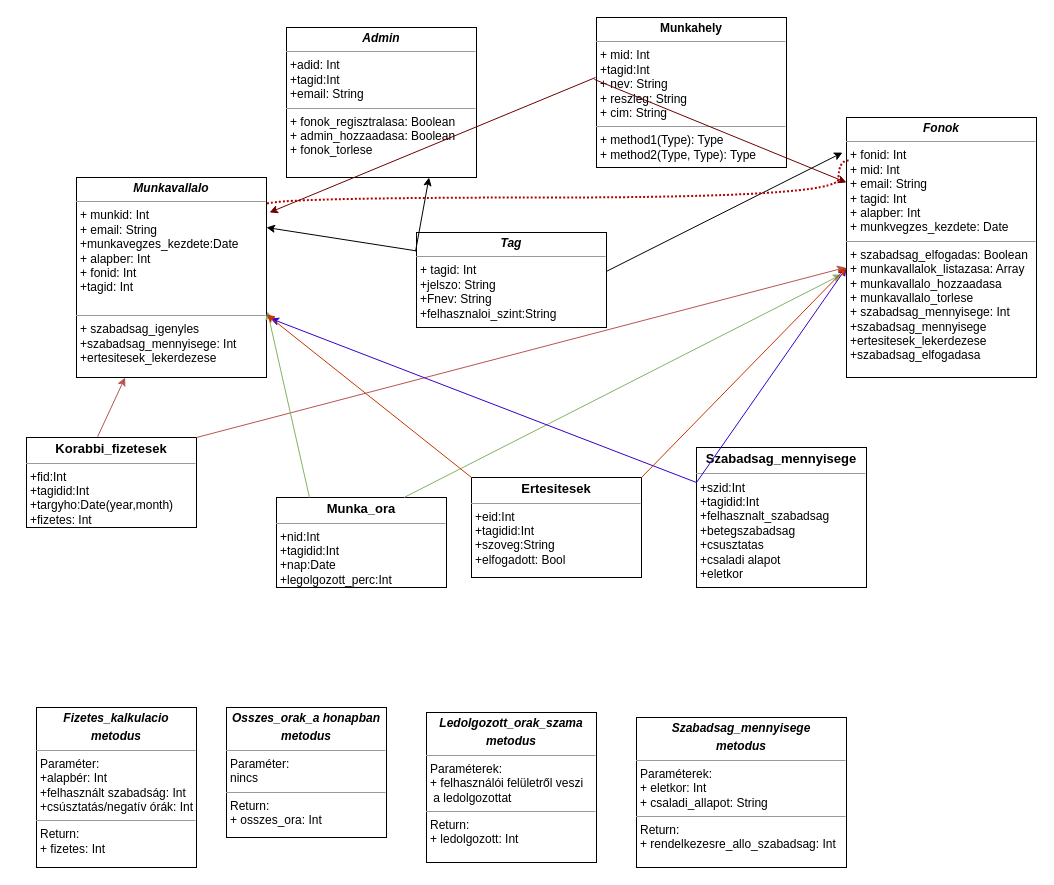
Above: flowCharts/DB.drawio.xml in JuditFerenczik/vizsgaRemekWeb (draw.io), before the change. Source tidied: cells renumbered, new cells numbered last; positions are measured from the earlier drawing's top-left corner, leaving out a move shared by most shapes. Both pictures are drawn from the tidied source at 100%, with x=0, y=0 at pixel (26, 17).
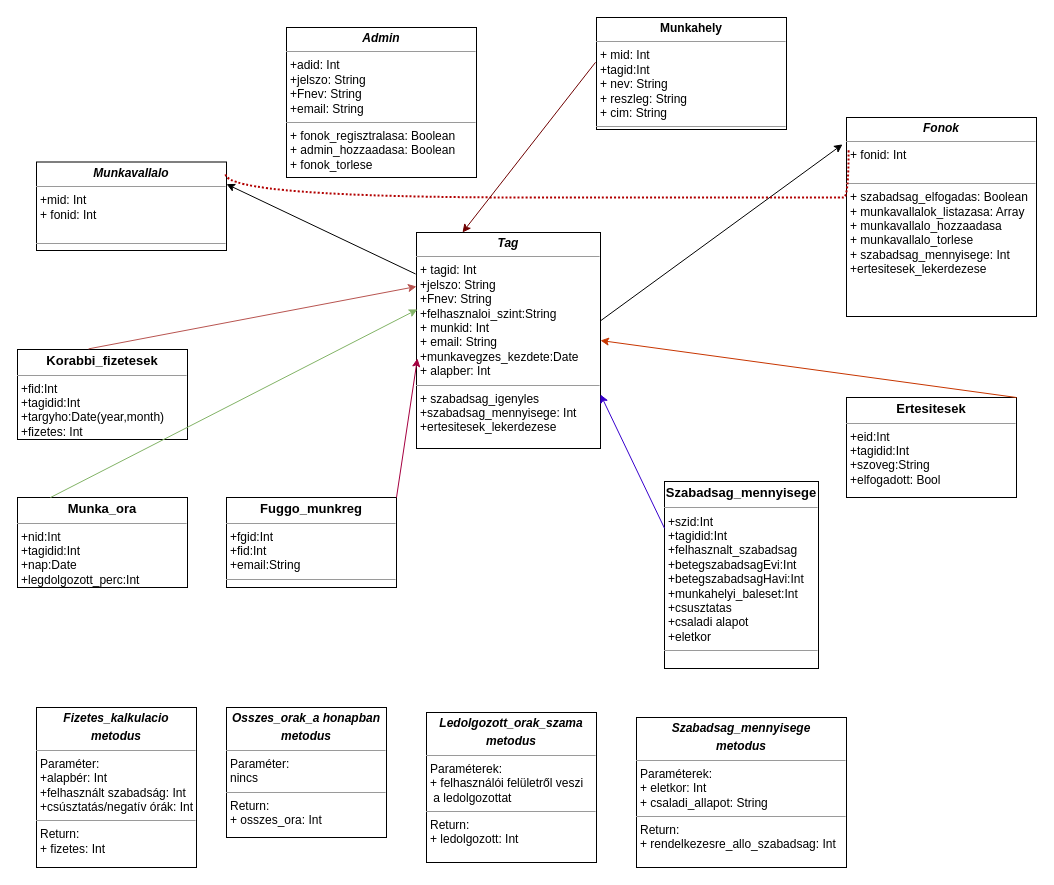
After the change.

What changed in the source:
```diff
@@
-    <mxCell id="3" value="&lt;p style=&quot;margin: 0px ; margin-top: 4px ; text-align: center&quot;&gt;&lt;b&gt;Munkahely&lt;/b&gt;&lt;/p&gt;&lt;hr size=&quot;1&quot;&gt;&lt;p style=&quot;margin: 0px ; margin-left: 4px&quot;&gt;+ mid: Int&lt;/p&gt;&lt;p style=&quot;margin: 0px ; margin-left: 4px&quot;&gt;+tagid:Int&lt;/p&gt;&lt;p style=&quot;margin: 0px ; margin-left: 4px&quot;&gt;+ nev: String&lt;/p&gt;&lt;p style=&quot;margin: 0px ; margin-left: 4px&quot;&gt;+ reszleg: String&lt;/p&gt;&lt;p style=&quot;margin: 0px ; margin-left: 4px&quot;&gt;+ cim: String&lt;/p&gt;&lt;hr size=&quot;1&quot;&gt;&lt;p style=&quot;margin: 0px ; margin-left: 4px&quot;&gt;+ method1(Type): Type&lt;br&gt;+ method2(Type, Type): Type&lt;/p&gt;" style="verticalAlign=top;align=left;overflow=fill;fontSize=12;fontFamily=Helvetica;html=1;rounded=0;shadow=0;comic=0;labelBackgroundColor=none;strokeWidth=1;" parent="1" vertex="1">
-      <mxGeometry x="570" width="190" height="150" as="geometry" />
+    <mxCell id="3" value="&lt;p style=&quot;margin: 0px ; margin-top: 4px ; text-align: center&quot;&gt;&lt;b&gt;Munkahely&lt;/b&gt;&lt;/p&gt;&lt;hr size=&quot;1&quot;&gt;&lt;p style=&quot;margin: 0px ; margin-left: 4px&quot;&gt;+ mid: Int&lt;/p&gt;&lt;p style=&quot;margin: 0px ; margin-left: 4px&quot;&gt;+tagid:Int&lt;/p&gt;&lt;p style=&quot;margin: 0px ; margin-left: 4px&quot;&gt;+ nev: String&lt;/p&gt;&lt;p style=&quot;margin: 0px ; margin-left: 4px&quot;&gt;+ reszleg: String&lt;/p&gt;&lt;p style=&quot;margin: 0px ; margin-left: 4px&quot;&gt;+ cim: String&lt;/p&gt;&lt;hr size=&quot;1&quot;&gt;&lt;p style=&quot;margin: 0px ; margin-left: 4px&quot;&gt;&lt;br&gt;&lt;/p&gt;" style="verticalAlign=top;align=left;overflow=fill;fontSize=12;fontFamily=Helvetica;html=1;rounded=0;shadow=0;comic=0;labelBackgroundColor=none;strokeWidth=1;" parent="1" vertex="1">
+      <mxGeometry x="570" width="190" height="112" as="geometry" />
     </mxCell>
-    <mxCell id="4" value="&lt;p style=&quot;margin: 0px ; margin-top: 4px ; text-align: center&quot;&gt;&lt;i&gt;&lt;b&gt;Fonok&lt;/b&gt;&lt;/i&gt;&lt;br&gt;&lt;/p&gt;&lt;hr size=&quot;1&quot;&gt;&lt;p style=&quot;margin: 0px ; margin-left: 4px&quot;&gt;+ fonid: Int&lt;/p&gt;&lt;p style=&quot;margin: 0px ; margin-left: 4px&quot;&gt;+ mid: Int&lt;br&gt;&lt;/p&gt;&lt;p style=&quot;margin: 0px ; margin-left: 4px&quot;&gt;+ email: String&lt;/p&gt;&lt;p style=&quot;margin: 0px ; margin-left: 4px&quot;&gt;+ tagid: Int&lt;/p&gt;&lt;p style=&quot;margin: 0px ; margin-left: 4px&quot;&gt;+ alapber: Int&lt;/p&gt;&lt;p style=&quot;margin: 0px ; margin-left: 4px&quot;&gt;+ munkvegzes_kezdete: Date&lt;/p&gt;&lt;hr size=&quot;1&quot;&gt;&lt;p style=&quot;margin: 0px ; margin-left: 4px&quot;&gt;+ szabadsag_elfogadas: Boolean&lt;/p&gt;&lt;p style=&quot;margin: 0px ; margin-left: 4px&quot;&gt;+ munkavallalok_listazasa: Array&lt;/p&gt;&lt;p style=&quot;margin: 0px ; margin-left: 4px&quot;&gt;+ munkavallalo_hozzaadasa&lt;/p&gt;&lt;p style=&quot;margin: 0px ; margin-left: 4px&quot;&gt;+ munkavallalo_torlese&lt;/p&gt;&lt;p style=&quot;margin: 0px ; margin-left: 4px&quot;&gt;+ szabadsag_mennyisege: Int&lt;/p&gt;&lt;p style=&quot;margin: 0px ; margin-left: 4px&quot;&gt;+szabadsag_mennyisege&lt;/p&gt;&lt;p style=&quot;margin: 0px ; margin-left: 4px&quot;&gt;+ertesitesek_lekerdezese&lt;/p&gt;&lt;p style=&quot;margin: 0px ; margin-left: 4px&quot;&gt;+szabadsag_elfogadasa&lt;/p&gt;" style="verticalAlign=top;align=left;overflow=fill;fontSize=12;fontFamily=Helvetica;html=1;rounded=0;shadow=0;comic=0;labelBackgroundColor=none;strokeWidth=1;" parent="1" vertex="1">
-      <mxGeometry x="820" y="100" width="190" height="260" as="geometry" />
+    <mxCell id="4" value="&lt;p style=&quot;margin: 0px ; margin-top: 4px ; text-align: center&quot;&gt;&lt;i&gt;&lt;b&gt;Fonok&lt;/b&gt;&lt;/i&gt;&lt;br&gt;&lt;/p&gt;&lt;hr size=&quot;1&quot;&gt;&lt;p style=&quot;margin: 0px ; margin-left: 4px&quot;&gt;+ fonid: Int&lt;/p&gt;&lt;p style=&quot;margin: 0px ; margin-left: 4px&quot;&gt;&lt;br&gt;&lt;/p&gt;&lt;hr size=&quot;1&quot;&gt;&lt;p style=&quot;margin: 0px ; margin-left: 4px&quot;&gt;+ szabadsag_elfogadas: Boolean&lt;/p&gt;&lt;p style=&quot;margin: 0px ; margin-left: 4px&quot;&gt;+ munkavallalok_listazasa: Array&lt;/p&gt;&lt;p style=&quot;margin: 0px ; margin-left: 4px&quot;&gt;+ munkavallalo_hozzaadasa&lt;/p&gt;&lt;p style=&quot;margin: 0px ; margin-left: 4px&quot;&gt;+ munkavallalo_torlese&lt;/p&gt;&lt;p style=&quot;margin: 0px ; margin-left: 4px&quot;&gt;+ szabadsag_mennyisege: Int&lt;/p&gt;&lt;p style=&quot;margin: 0px ; margin-left: 4px&quot;&gt;+ertesitesek_lekerdezese&lt;/p&gt;&lt;p style=&quot;margin: 0px ; margin-left: 4px&quot;&gt;&lt;br&gt;&lt;/p&gt;" style="verticalAlign=top;align=left;overflow=fill;fontSize=12;fontFamily=Helvetica;html=1;rounded=0;shadow=0;comic=0;labelBackgroundColor=none;strokeWidth=1;" parent="1" vertex="1">
+      <mxGeometry x="820" y="100" width="190" height="199" as="geometry" />
     </mxCell>
-    <mxCell id="5" value="&lt;p style=&quot;margin: 0px ; margin-top: 4px ; text-align: center&quot;&gt;&lt;b&gt;&lt;i&gt;Tag&lt;/i&gt;&lt;/b&gt;&lt;/p&gt;&lt;hr size=&quot;1&quot;&gt;&lt;p style=&quot;margin: 0px ; margin-left: 4px&quot;&gt;+ tagid: Int&lt;br&gt;&lt;/p&gt;&lt;p style=&quot;margin: 0px ; margin-left: 4px&quot;&gt;+jelszo: String&lt;/p&gt;&lt;p style=&quot;margin: 0px ; margin-left: 4px&quot;&gt;+Fnev: String&lt;/p&gt;&lt;p style=&quot;margin: 0px ; margin-left: 4px&quot;&gt;+felhasznaloi_szint:String&lt;/p&gt;&lt;hr size=&quot;1&quot;&gt;&lt;p style=&quot;margin: 0px ; margin-left: 4px&quot;&gt;&lt;br&gt;&lt;/p&gt;" style="verticalAlign=top;align=left;overflow=fill;fontSize=12;fontFamily=Helvetica;html=1;rounded=0;shadow=0;comic=0;labelBackgroundColor=none;strokeWidth=1;" parent="1" vertex="1">
-      <mxGeometry x="390" y="215" width="190" height="95" as="geometry" />
+    <mxCell id="5" value="&lt;p style=&quot;margin: 0px ; margin-top: 4px ; text-align: center&quot;&gt;&lt;b&gt;&lt;i&gt;Tag&lt;/i&gt;&lt;/b&gt;&lt;/p&gt;&lt;hr size=&quot;1&quot;&gt;&lt;p style=&quot;margin: 0px ; margin-left: 4px&quot;&gt;+ tagid: Int&lt;br&gt;&lt;/p&gt;&lt;p style=&quot;margin: 0px ; margin-left: 4px&quot;&gt;+jelszo: String&lt;/p&gt;&lt;p style=&quot;margin: 0px ; margin-left: 4px&quot;&gt;+Fnev: String&lt;/p&gt;&lt;p style=&quot;margin: 0px ; margin-left: 4px&quot;&gt;+felhasznaloi_szint:String&lt;/p&gt;&lt;p style=&quot;margin: 0px 0px 0px 4px&quot;&gt;+ munkid: Int&lt;br&gt;&lt;/p&gt;&lt;p style=&quot;margin: 0px 0px 0px 4px&quot;&gt;+ email: String&lt;/p&gt;&lt;p style=&quot;margin: 0px 0px 0px 4px&quot;&gt;+munkavegzes_kezdete:Date&lt;/p&gt;&lt;p style=&quot;margin: 0px 0px 0px 4px&quot;&gt;+ alapber: Int&lt;/p&gt;&lt;hr size=&quot;1&quot;&gt;&lt;p style=&quot;margin: 0px 0px 0px 4px&quot;&gt;+ szabadsag_igenyles&lt;/p&gt;&lt;p style=&quot;margin: 0px 0px 0px 4px&quot;&gt;+szabadsag_mennyisege: Int&lt;/p&gt;&lt;p style=&quot;margin: 0px 0px 0px 4px&quot;&gt;+ertesitesek_lekerdezese&lt;br&gt;&lt;/p&gt;" style="verticalAlign=top;align=left;overflow=fill;fontSize=12;fontFamily=Helvetica;html=1;rounded=0;shadow=0;comic=0;labelBackgroundColor=none;strokeWidth=1;" parent="1" vertex="1">
+      <mxGeometry x="390" y="215" width="184" height="216" as="geometry" />
     </mxCell>
-    <mxCell id="6" value="&lt;p style=&quot;margin: 0px ; margin-top: 4px ; text-align: center&quot;&gt;&lt;i&gt;&lt;b&gt;Admin&lt;/b&gt;&lt;/i&gt;&lt;br&gt;&lt;/p&gt;&lt;hr size=&quot;1&quot;&gt;&lt;p style=&quot;margin: 0px ; margin-left: 4px&quot;&gt;+adid: Int&lt;br&gt;&lt;/p&gt;&lt;p style=&quot;margin: 0px ; margin-left: 4px&quot;&gt;+tagid:Int&lt;/p&gt;&lt;p style=&quot;margin: 0px ; margin-left: 4px&quot;&gt;+email: String&lt;/p&gt;&lt;hr size=&quot;1&quot;&gt;&lt;p style=&quot;margin: 0px ; margin-left: 4px&quot;&gt;+ fonok_regisztralasa: Boolean&lt;br&gt;+ admin_hozzaadasa: Boolean&lt;/p&gt;&lt;p style=&quot;margin: 0px ; margin-left: 4px&quot;&gt;+ fonok_torlese&lt;/p&gt;" style="verticalAlign=top;align=left;overflow=fill;fontSize=12;fontFamily=Helvetica;html=1;rounded=0;shadow=0;comic=0;labelBackgroundColor=none;strokeWidth=1;" parent="1" vertex="1">
+    <mxCell id="6" value="&lt;p style=&quot;margin: 0px ; margin-top: 4px ; text-align: center&quot;&gt;&lt;i&gt;&lt;b&gt;Admin&lt;/b&gt;&lt;/i&gt;&lt;br&gt;&lt;/p&gt;&lt;hr size=&quot;1&quot;&gt;&lt;p style=&quot;margin: 0px ; margin-left: 4px&quot;&gt;+adid: Int&lt;br&gt;&lt;/p&gt;&lt;p style=&quot;margin: 0px 0px 0px 4px&quot;&gt;+jelszo: String&lt;/p&gt;&lt;p style=&quot;margin: 0px 0px 0px 4px&quot;&gt;+Fnev: String&lt;/p&gt;&lt;p style=&quot;margin: 0px ; margin-left: 4px&quot;&gt;+email: String&lt;/p&gt;&lt;hr size=&quot;1&quot;&gt;&lt;p style=&quot;margin: 0px ; margin-left: 4px&quot;&gt;+ fonok_regisztralasa: Boolean&lt;br&gt;+ admin_hozzaadasa: Boolean&lt;/p&gt;&lt;p style=&quot;margin: 0px ; margin-left: 4px&quot;&gt;+ fonok_torlese&lt;/p&gt;" style="verticalAlign=top;align=left;overflow=fill;fontSize=12;fontFamily=Helvetica;html=1;rounded=0;shadow=0;comic=0;labelBackgroundColor=none;strokeWidth=1;" parent="1" vertex="1">
       <mxGeometry x="260" y="10" width="190" height="150" as="geometry" />
     </mxCell>
@@
-    <mxCell id="8" style="endArrow=classic;html=1;rounded=0;exitX=-0.005;exitY=0.198;exitDx=0;exitDy=0;entryX=0.75;entryY=1;entryDx=0;entryDy=0;exitPerimeter=0;" parent="1" edge="1" source="5" target="6">
-      <mxGeometry relative="1" as="geometry" />
-    </mxCell>
@@
-    <mxCell id="10" value="&lt;p style=&quot;margin: 0px ; margin-top: 4px ; text-align: center&quot;&gt;&lt;i&gt;&lt;b&gt;Munkavallalo&lt;/b&gt;&lt;/i&gt;&lt;br&gt;&lt;/p&gt;&lt;hr size=&quot;1&quot;&gt;&lt;p style=&quot;margin: 0px 0px 0px 4px&quot;&gt;+ munkid: Int&lt;br&gt;&lt;/p&gt;&lt;p style=&quot;margin: 0px 0px 0px 4px&quot;&gt;+ email: String&lt;/p&gt;&lt;p style=&quot;margin: 0px 0px 0px 4px&quot;&gt;+munkavegzes_kezdete:Date&lt;/p&gt;&lt;p style=&quot;margin: 0px 0px 0px 4px&quot;&gt;+ alapber: Int&lt;/p&gt;&lt;p style=&quot;margin: 0px 0px 0px 4px&quot;&gt;+ fonid: Int&lt;/p&gt;&lt;p style=&quot;margin: 0px 0px 0px 4px&quot;&gt;+tagid: Int&lt;/p&gt;&lt;p style=&quot;margin: 0px 0px 0px 4px&quot;&gt;&lt;br&gt;&lt;/p&gt;&lt;hr size=&quot;1&quot;&gt;&lt;p style=&quot;margin: 0px ; margin-left: 4px&quot;&gt;+ szabadsag_igenyles&lt;/p&gt;&lt;p style=&quot;margin: 0px ; margin-left: 4px&quot;&gt;+szabadsag_mennyisege: Int&lt;/p&gt;&lt;p style=&quot;margin: 0px ; margin-left: 4px&quot;&gt;+ertesitesek_lekerdezese&lt;br&gt;&lt;br&gt;&lt;/p&gt;" style="verticalAlign=top;align=left;overflow=fill;fontSize=12;fontFamily=Helvetica;html=1;rounded=0;shadow=0;comic=0;labelBackgroundColor=none;strokeWidth=1;" parent="1" vertex="1">
-      <mxGeometry x="50" y="160" width="190" height="200" as="geometry" />
+    <mxCell id="10" value="&lt;p style=&quot;margin: 0px ; margin-top: 4px ; text-align: center&quot;&gt;&lt;i&gt;&lt;b&gt;Munkavallalo&lt;/b&gt;&lt;/i&gt;&lt;br&gt;&lt;/p&gt;&lt;hr size=&quot;1&quot;&gt;&lt;p style=&quot;margin: 0px 0px 0px 4px&quot;&gt;+mid: Int&lt;/p&gt;&lt;p style=&quot;margin: 0px 0px 0px 4px&quot;&gt;+ fonid: Int&lt;/p&gt;&lt;p style=&quot;margin: 0px 0px 0px 4px&quot;&gt;&lt;br&gt;&lt;/p&gt;&lt;hr size=&quot;1&quot;&gt;&lt;p style=&quot;margin: 0px ; margin-left: 4px&quot;&gt;&lt;br&gt;&lt;/p&gt;" style="verticalAlign=top;align=left;overflow=fill;fontSize=12;fontFamily=Helvetica;html=1;rounded=0;shadow=0;comic=0;labelBackgroundColor=none;strokeWidth=1;" parent="1" vertex="1">
+      <mxGeometry x="10" y="144.5" width="190" height="88.5" as="geometry" />
     </mxCell>
@@
-    <mxCell id="15" value="&lt;p style=&quot;margin: 4px 0px 0px ; text-align: center ; font-size: 13px&quot;&gt;&lt;b&gt;&lt;font style=&quot;font-size: 13px&quot;&gt;Szabadsag_mennyisege&lt;/font&gt;&lt;/b&gt;&lt;/p&gt;&lt;hr size=&quot;1&quot; style=&quot;font-size: 13px&quot;&gt;&lt;p style=&quot;margin: 0px ; margin-left: 4px&quot;&gt;+szid:Int&lt;/p&gt;&lt;p style=&quot;margin: 0px ; margin-left: 4px&quot;&gt;+tagidid:Int&lt;/p&gt;&lt;p style=&quot;margin: 0px ; margin-left: 4px&quot;&gt;+felhasznalt_szabadsag&lt;/p&gt;&lt;p style=&quot;margin: 0px ; margin-left: 4px&quot;&gt;+betegszabadsag&lt;/p&gt;&lt;p style=&quot;margin: 0px ; margin-left: 4px&quot;&gt;+csusztatas&lt;/p&gt;&lt;p style=&quot;margin: 0px ; margin-left: 4px&quot;&gt;+csaladi alapot&lt;/p&gt;&lt;p style=&quot;margin: 0px ; margin-left: 4px&quot;&gt;+eletkor&lt;/p&gt;&lt;hr size=&quot;1&quot;&gt;&lt;p style=&quot;margin: 0px ; margin-left: 4px&quot;&gt;&lt;br&gt;&lt;/p&gt;" style="verticalAlign=top;align=left;overflow=fill;fontSize=12;fontFamily=Helvetica;html=1;rounded=0;shadow=0;comic=0;labelBackgroundColor=none;strokeWidth=1;" parent="1" vertex="1">
-      <mxGeometry x="670" y="430" width="170" height="140" as="geometry" />
+    <mxCell id="15" value="&lt;p style=&quot;margin: 4px 0px 0px ; text-align: center ; font-size: 13px&quot;&gt;&lt;b&gt;&lt;font style=&quot;font-size: 13px&quot;&gt;Szabadsag_mennyisege&lt;/font&gt;&lt;/b&gt;&lt;/p&gt;&lt;hr size=&quot;1&quot; style=&quot;font-size: 13px&quot;&gt;&lt;p style=&quot;margin: 0px ; margin-left: 4px&quot;&gt;+szid:Int&lt;/p&gt;&lt;p style=&quot;margin: 0px ; margin-left: 4px&quot;&gt;+tagidid:Int&lt;/p&gt;&lt;p style=&quot;margin: 0px ; margin-left: 4px&quot;&gt;+felhasznalt_szabadsag&lt;/p&gt;&lt;p style=&quot;margin: 0px ; margin-left: 4px&quot;&gt;+betegszabadsagEvi:Int&lt;/p&gt;&lt;p style=&quot;margin: 0px ; margin-left: 4px&quot;&gt;+betegszabadsagHavi:Int&lt;/p&gt;&lt;p style=&quot;margin: 0px ; margin-left: 4px&quot;&gt;+munkahelyi_baleset:Int&lt;/p&gt;&lt;p style=&quot;margin: 0px ; margin-left: 4px&quot;&gt;+csusztatas&lt;/p&gt;&lt;p style=&quot;margin: 0px ; margin-left: 4px&quot;&gt;+csaladi alapot&lt;/p&gt;&lt;p style=&quot;margin: 0px ; margin-left: 4px&quot;&gt;+eletkor&lt;/p&gt;&lt;hr size=&quot;1&quot;&gt;&lt;p style=&quot;margin: 0px ; margin-left: 4px&quot;&gt;&lt;br&gt;&lt;/p&gt;" style="verticalAlign=top;align=left;overflow=fill;fontSize=12;fontFamily=Helvetica;html=1;rounded=0;shadow=0;comic=0;labelBackgroundColor=none;strokeWidth=1;" parent="1" vertex="1">
+      <mxGeometry x="638" y="464" width="154" height="187" as="geometry" />
     </mxCell>
     <mxCell id="16" value="&lt;p style=&quot;margin: 0px ; margin-top: 4px ; text-align: center&quot;&gt;&lt;b&gt;&lt;font style=&quot;font-size: 13px&quot;&gt;Ertesitesek&lt;/font&gt;&lt;/b&gt;&lt;/p&gt;&lt;hr size=&quot;1&quot;&gt;&lt;p style=&quot;margin: 0px ; margin-left: 4px&quot;&gt;+eid:Int&lt;/p&gt;&lt;p style=&quot;margin: 0px ; margin-left: 4px&quot;&gt;+tagidid:Int&lt;/p&gt;&lt;p style=&quot;margin: 0px ; margin-left: 4px&quot;&gt;+szoveg:String&lt;/p&gt;&lt;p style=&quot;margin: 0px ; margin-left: 4px&quot;&gt;+elfogadott: Bool&lt;/p&gt;&lt;p style=&quot;margin: 0px ; margin-left: 4px&quot;&gt;&lt;br&gt;&lt;/p&gt;&lt;hr size=&quot;1&quot;&gt;&lt;p style=&quot;margin: 0px ; margin-left: 4px&quot;&gt;&lt;br&gt;&lt;/p&gt;" style="verticalAlign=top;align=left;overflow=fill;fontSize=12;fontFamily=Helvetica;html=1;rounded=0;shadow=0;comic=0;labelBackgroundColor=none;strokeWidth=1;" parent="1" vertex="1">
-      <mxGeometry x="445" y="460" width="170" height="100" as="geometry" />
+      <mxGeometry x="820" y="380" width="170" height="100" as="geometry" />
     </mxCell>
     <mxCell id="17" value="&lt;p style=&quot;margin: 0px ; margin-top: 4px ; text-align: center&quot;&gt;&lt;b&gt;&lt;font style=&quot;font-size: 13px&quot;&gt;Korabbi_fizetesek&lt;/font&gt;&lt;/b&gt;&lt;/p&gt;&lt;hr size=&quot;1&quot;&gt;&lt;p style=&quot;margin: 0px ; margin-left: 4px&quot;&gt;+fid:Int&lt;/p&gt;&lt;p style=&quot;margin: 0px ; margin-left: 4px&quot;&gt;+tagidid:Int&lt;/p&gt;&lt;p style=&quot;margin: 0px ; margin-left: 4px&quot;&gt;+targyho:Date(year,month)&lt;/p&gt;&lt;p style=&quot;margin: 0px ; margin-left: 4px&quot;&gt;+fizetes: Int&lt;/p&gt;&lt;hr size=&quot;1&quot;&gt;&lt;p style=&quot;margin: 0px ; margin-left: 4px&quot;&gt;&lt;br&gt;&lt;/p&gt;" style="verticalAlign=top;align=left;overflow=fill;fontSize=12;fontFamily=Helvetica;html=1;rounded=0;shadow=0;comic=0;labelBackgroundColor=none;strokeWidth=1;" parent="1" vertex="1">
-      <mxGeometry y="420" width="170" height="90" as="geometry" />
+      <mxGeometry x="-9" y="332" width="170" height="90" as="geometry" />
     </mxCell>
-    <mxCell id="18" value="&lt;p style=&quot;margin: 0px ; margin-top: 4px ; text-align: center&quot;&gt;&lt;b&gt;&lt;font style=&quot;font-size: 13px&quot;&gt;Munka_ora&lt;/font&gt;&lt;/b&gt;&lt;/p&gt;&lt;hr size=&quot;1&quot;&gt;&lt;p style=&quot;margin: 0px ; margin-left: 4px&quot;&gt;+nid:Int&lt;/p&gt;&lt;p style=&quot;margin: 0px ; margin-left: 4px&quot;&gt;+tagidid:Int&lt;/p&gt;&lt;p style=&quot;margin: 0px ; margin-left: 4px&quot;&gt;+nap:Date&lt;/p&gt;&lt;p style=&quot;margin: 0px ; margin-left: 4px&quot;&gt;+legolgozott_perc:Int&lt;/p&gt;&lt;hr size=&quot;1&quot;&gt;&lt;p style=&quot;margin: 0px ; margin-left: 4px&quot;&gt;&lt;br&gt;&lt;/p&gt;" style="verticalAlign=top;align=left;overflow=fill;fontSize=12;fontFamily=Helvetica;html=1;rounded=0;shadow=0;comic=0;labelBackgroundColor=none;strokeWidth=1;" parent="1" vertex="1">
-      <mxGeometry x="250" y="480" width="170" height="90" as="geometry" />
+    <mxCell id="18" value="&lt;p style=&quot;margin: 0px ; margin-top: 4px ; text-align: center&quot;&gt;&lt;b&gt;&lt;font style=&quot;font-size: 13px&quot;&gt;Munka_ora&lt;/font&gt;&lt;/b&gt;&lt;/p&gt;&lt;hr size=&quot;1&quot;&gt;&lt;p style=&quot;margin: 0px ; margin-left: 4px&quot;&gt;+nid:Int&lt;/p&gt;&lt;p style=&quot;margin: 0px ; margin-left: 4px&quot;&gt;+tagidid:Int&lt;/p&gt;&lt;p style=&quot;margin: 0px ; margin-left: 4px&quot;&gt;+nap:Date&lt;/p&gt;&lt;p style=&quot;margin: 0px ; margin-left: 4px&quot;&gt;+legdolgozott_perc:Int&lt;/p&gt;&lt;hr size=&quot;1&quot;&gt;&lt;p style=&quot;margin: 0px ; margin-left: 4px&quot;&gt;&lt;br&gt;&lt;/p&gt;" style="verticalAlign=top;align=left;overflow=fill;fontSize=12;fontFamily=Helvetica;html=1;rounded=0;shadow=0;comic=0;labelBackgroundColor=none;strokeWidth=1;" parent="1" vertex="1">
+      <mxGeometry x="-9" y="480" width="170" height="90" as="geometry" />
     </mxCell>
-    <mxCell id="19" style="endArrow=classic;html=1;rounded=0;exitX=0.418;exitY=-0.007;exitDx=0;exitDy=0;exitPerimeter=0;fillColor=#f8cecc;strokeColor=#b85450;" parent="1" edge="1" source="17" target="10">
+    <mxCell id="19" style="endArrow=classic;html=1;rounded=0;exitX=0.418;exitY=-0.007;exitDx=0;exitDy=0;exitPerimeter=0;fillColor=#f8cecc;strokeColor=#b85450;entryX=0;entryY=0.25;entryDx=0;entryDy=0;" parent="1" edge="1" source="17" target="5">
       <mxGeometry relative="1" as="geometry" />
     </mxCell>
-    <mxCell id="20" style="endArrow=classic;html=1;rounded=0;exitX=1;exitY=0;exitDx=0;exitDy=0;entryX=-0.005;entryY=0.577;entryDx=0;entryDy=0;entryPerimeter=0;fillColor=#f8cecc;strokeColor=#b85450;" parent="1" edge="1" source="17" target="4">
-      <mxGeometry relative="1" as="geometry" />
-    </mxCell>
-    <mxCell id="21" style="endArrow=classic;html=1;rounded=0;exitX=0.194;exitY=0;exitDx=0;exitDy=0;exitPerimeter=0;fillColor=#d5e8d4;strokeColor=#82b366;entryX=1.005;entryY=0.67;entryDx=0;entryDy=0;entryPerimeter=0;" parent="1" edge="1" source="18" target="10">
+    <mxCell id="21" style="endArrow=classic;html=1;rounded=0;exitX=0.194;exitY=0;exitDx=0;exitDy=0;exitPerimeter=0;fillColor=#d5e8d4;strokeColor=#82b366;entryX=0.005;entryY=0.356;entryDx=0;entryDy=0;entryPerimeter=0;" parent="1" edge="1" source="18" target="5">
       <mxGeometry relative="1" as="geometry" />
     </mxCell>
-    <mxCell id="22" style="endArrow=classic;html=1;rounded=0;exitX=0.75;exitY=0;exitDx=0;exitDy=0;fillColor=#d5e8d4;strokeColor=#82b366;entryX=-0.026;entryY=0.604;entryDx=0;entryDy=0;entryPerimeter=0;shadow=0;sketch=0;verticalAlign=middle;" parent="1" edge="1" source="18" target="4">
-      <mxGeometry relative="1" as="geometry" />
-    </mxCell>
-    <mxCell id="23" style="endArrow=classic;html=1;rounded=0;exitX=0;exitY=0.25;exitDx=0;exitDy=0;fillColor=#6a00ff;strokeColor=#3700CC;entryX=0;entryY=0.577;entryDx=0;entryDy=0;entryPerimeter=0;" parent="1" edge="1" source="15" target="4">
-      <mxGeometry relative="1" as="geometry" />
-    </mxCell>
-    <mxCell id="24" style="endArrow=classic;html=1;rounded=0;exitX=0;exitY=0.25;exitDx=0;exitDy=0;fillColor=#6a00ff;strokeColor=#3700CC;entryX=1.021;entryY=0.705;entryDx=0;entryDy=0;entryPerimeter=0;" parent="1" edge="1" source="15" target="10">
+    <mxCell id="24" style="endArrow=classic;html=1;rounded=0;exitX=0;exitY=0.25;exitDx=0;exitDy=0;fillColor=#6a00ff;strokeColor=#3700CC;entryX=1;entryY=0.75;entryDx=0;entryDy=0;" parent="1" edge="1" source="15" target="5">
       <mxGeometry relative="1" as="geometry" />
     </mxCell>
-    <mxCell id="25" style="endArrow=classic;html=1;rounded=0;entryX=0;entryY=0.25;entryDx=0;entryDy=0;exitX=-0.011;exitY=0.413;exitDx=0;exitDy=0;exitPerimeter=0;fillColor=#a20025;strokeColor=#6F0000;" parent="1" edge="1" source="3" target="4">
-      <mxGeometry relative="1" as="geometry" />
-    </mxCell>
-    <mxCell id="26" style="endArrow=classic;html=1;rounded=0;entryX=1.016;entryY=0.175;entryDx=0;entryDy=0;entryPerimeter=0;fillColor=#a20025;strokeColor=#6F0000;exitX=-0.005;exitY=0.4;exitDx=0;exitDy=0;exitPerimeter=0;" parent="1" edge="1" source="3" target="10">
+    <mxCell id="26" style="endArrow=classic;html=1;rounded=0;entryX=0.25;entryY=0;entryDx=0;entryDy=0;fillColor=#a20025;strokeColor=#6F0000;exitX=-0.005;exitY=0.4;exitDx=0;exitDy=0;exitPerimeter=0;" parent="1" edge="1" source="3" target="5">
       <mxGeometry relative="1" as="geometry" />
     </mxCell>
-    <mxCell id="27" style="endArrow=classic;html=1;rounded=0;exitX=0;exitY=0;exitDx=0;exitDy=0;fillColor=#fa6800;strokeColor=#C73500;entryX=1;entryY=0.685;entryDx=0;entryDy=0;entryPerimeter=0;" parent="1" edge="1" source="16" target="10">
-      <mxGeometry relative="1" as="geometry" />
-    </mxCell>
-    <mxCell id="28" style="endArrow=classic;html=1;rounded=0;exitX=1;exitY=0;exitDx=0;exitDy=0;fillColor=#fa6800;strokeColor=#C73500;entryX=0;entryY=0.577;entryDx=0;entryDy=0;entryPerimeter=0;" parent="1" edge="1" source="16" target="4">
+    <mxCell id="28" style="endArrow=classic;html=1;rounded=0;exitX=1;exitY=0;exitDx=0;exitDy=0;fillColor=#fa6800;strokeColor=#C73500;entryX=1;entryY=0.5;entryDx=0;entryDy=0;" parent="1" edge="1" source="16" target="5">
       <mxGeometry relative="1" as="geometry" />
     </mxCell>
+    <mxCell id="29" value="&lt;p style=&quot;margin: 0px ; margin-top: 4px ; text-align: center&quot;&gt;&lt;span style=&quot;font-size: 13px&quot;&gt;&lt;b&gt;Fuggo_munkreg&lt;/b&gt;&lt;/span&gt;&lt;/p&gt;&lt;hr size=&quot;1&quot;&gt;&lt;p style=&quot;margin: 0px ; margin-left: 4px&quot;&gt;+fgid:Int&lt;/p&gt;&lt;p style=&quot;margin: 0px ; margin-left: 4px&quot;&gt;+fid:Int&lt;/p&gt;&lt;p style=&quot;margin: 0px ; margin-left: 4px&quot;&gt;+email:String&lt;/p&gt;&lt;hr size=&quot;1&quot;&gt;&lt;p style=&quot;margin: 0px ; margin-left: 4px&quot;&gt;&lt;br&gt;&lt;/p&gt;" style="verticalAlign=top;align=left;overflow=fill;fontSize=12;fontFamily=Helvetica;html=1;rounded=0;shadow=0;comic=0;labelBackgroundColor=none;strokeWidth=1;" parent="1" vertex="1">
+      <mxGeometry x="200" y="480" width="170" height="90" as="geometry" />
+    </mxCell>
+    <mxCell id="30" style="endArrow=classic;html=1;rounded=0;exitX=1;exitY=0;exitDx=0;exitDy=0;fillColor=#d80073;strokeColor=#A50040;entryX=0.005;entryY=0.583;entryDx=0;entryDy=0;entryPerimeter=0;" parent="1" edge="1" source="29" target="5">
+      <mxGeometry relative="1" as="geometry" />
+    </mxCell>
```
